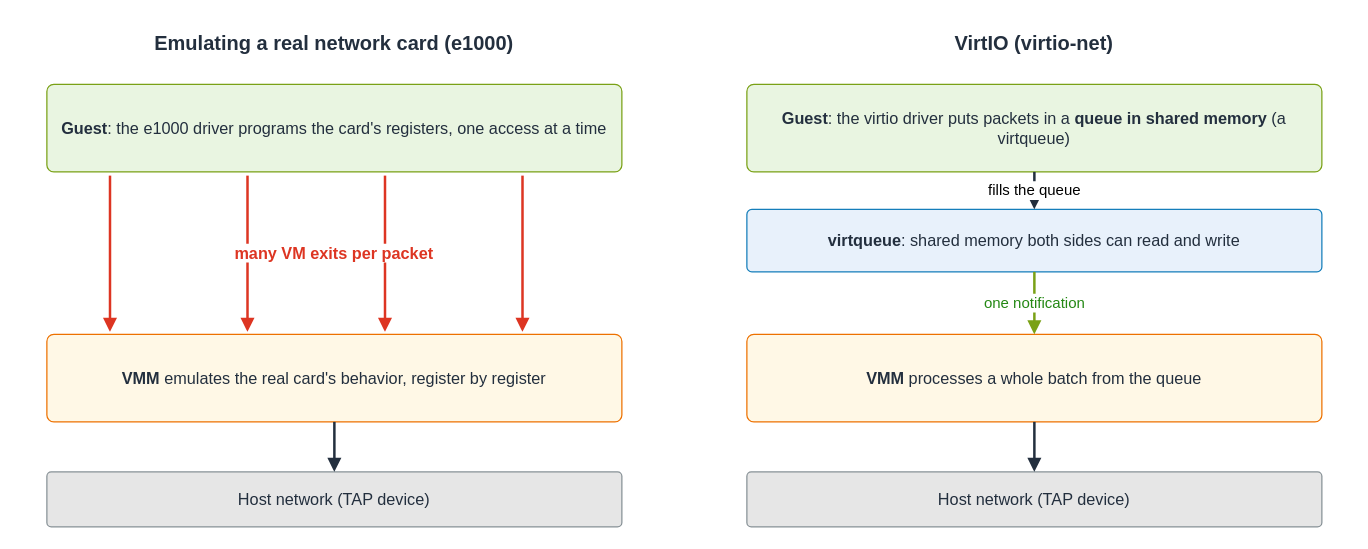
Above: 3.01-ec2/images/virtio.drawio in elevy99927/aws (draw.io), before the change. Source tidied: cells renumbered, new cells numbered last; positions are measured from the earlier drawing's top-left corner, leaving out a move shared by most shapes. Both pictures are drawn from the tidied source at 125%, with x=0, y=0 at pixel (21, 21).
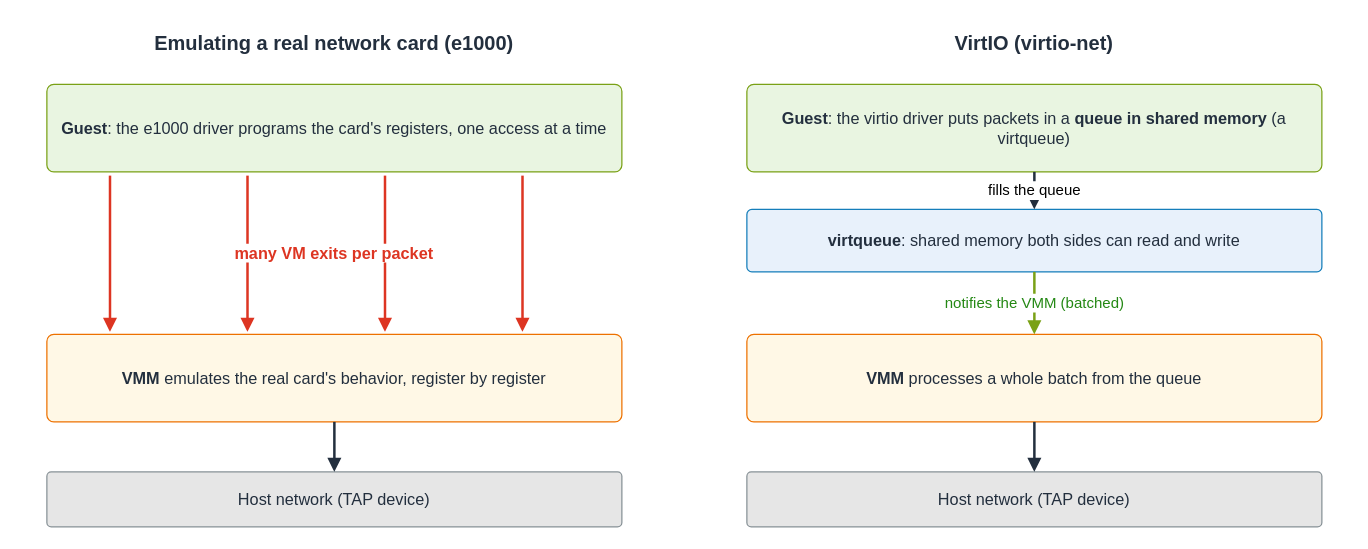
Above is the later version.

Unchanged cells that the change refers to:
```xml
<mxCell id="20" value="&lt;b&gt;virtqueue&lt;/b&gt;: shared memory both sides can read and write" style="rounded=1;arcSize=8;whiteSpace=wrap;html=1;fillColor=#E8F1FB;strokeColor=#147EBA;fontColor=#232F3E;fontSize=13;" parent="1" vertex="1">
  <mxGeometry x="580" y="150" width="460" height="50" as="geometry" />
</mxCell>
<mxCell id="21" value="&lt;b&gt;VMM&lt;/b&gt; processes a whole batch from the queue" style="rounded=1;arcSize=8;whiteSpace=wrap;html=1;fillColor=#FFF8E6;strokeColor=#ED7100;fontColor=#232F3E;fontSize=13;" parent="1" vertex="1">
  <mxGeometry x="580" y="250" width="460" height="70" as="geometry" />
</mxCell>
```

Change to the diagram source:
```diff
@@
-    <mxCell id="23" value="one notification" style="html=1;fontSize=12;labelBackgroundColor=#FFFFFF;endArrow=block;endFill=1;strokeColor=#7AA116;strokeWidth=2;fontColor=#248814;" parent="1" edge="1" source="20" target="21">
+    <mxCell id="23" value="notifies the VMM (batched)" style="html=1;fontSize=12;labelBackgroundColor=#FFFFFF;endArrow=block;endFill=1;strokeColor=#7AA116;strokeWidth=2;fontColor=#248814;" parent="1" edge="1" source="20" target="21">
       <mxGeometry relative="1" as="geometry" />
     </mxCell>
```
